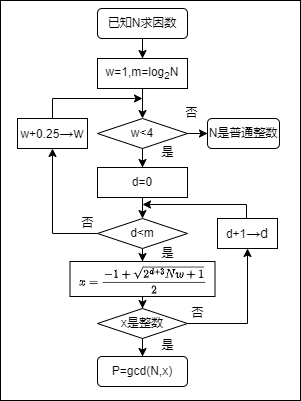
Earlier version of the draw.io export 未命名绘图.drawio.png (lynxswf/lynxswf). Source tidied: cells renumbered, new cells last; positions are measured from the earlier drawing's top-left corner, leaving out a move shared by most shapes.
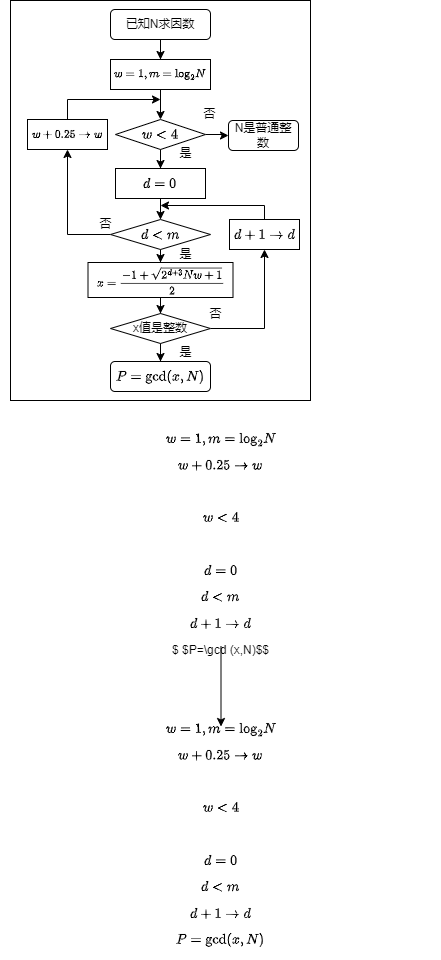
The same file after the commit.

Commit message:
更新未命名绘图.drawio.png

Change to the diagram source:
```diff
@@ -3,19 +3,19 @@
     <mxCell id="0" />
     <mxCell id="1" parent="0" />
     <mxCell id="2" style="whiteSpace=wrap;html=1;" parent="1" vertex="1">
-      <mxGeometry width="300" height="400" as="geometry" />
+      <mxGeometry x="-8" y="-1" width="300" height="400" as="geometry" />
     </mxCell>
     <mxCell id="3" style="edgeStyle=orthogonalEdgeStyle;rounded=0;jettySize=auto;html=1;" parent="1" edge="1" source="4" target="6">
       <mxGeometry relative="1" as="geometry" />
     </mxCell>
     <mxCell id="4" value="已知N求因数" style="rounded=1;whiteSpace=wrap;html=1;" parent="1" vertex="1">
-      <mxGeometry x="97" y="8" width="90" height="30" as="geometry" />
+      <mxGeometry x="92" y="8" width="100" height="30" as="geometry" />
     </mxCell>
     <mxCell id="5" style="edgeStyle=orthogonalEdgeStyle;rounded=0;jettySize=auto;html=1;" parent="1" edge="1" source="6" target="29">
       <mxGeometry relative="1" as="geometry" />
     </mxCell>
-    <mxCell id="6" value="w=1,m=log&lt;sub&gt;2&lt;/sub&gt;N" style="rounded=0;whiteSpace=wrap;html=1;" parent="1" vertex="1">
-      <mxGeometry x="97" y="58" width="90" height="30" as="geometry" />
+    <mxCell id="6" value="&lt;font style=&quot;font-size: 10px;&quot;&gt;$$w=1,m={{\log }_{2}}N$$&lt;/font&gt;" style="rounded=0;whiteSpace=wrap;html=1;" parent="1" vertex="1">
+      <mxGeometry x="92" y="58" width="100" height="30" as="geometry" />
     </mxCell>
     <mxCell id="7" style="edgeStyle=orthogonalEdgeStyle;rounded=0;jettySize=auto;html=1;" parent="1" edge="1" source="29" target="10">
       <mxGeometry relative="1" as="geometry" />
@@ -26,7 +26,7 @@
     <mxCell id="9" style="edgeStyle=orthogonalEdgeStyle;rounded=0;jettySize=auto;html=1;" parent="1" edge="1" source="10" target="13">
       <mxGeometry relative="1" as="geometry" />
     </mxCell>
-    <mxCell id="10" value="d=0" style="rounded=0;whiteSpace=wrap;html=1;" parent="1" vertex="1">
+    <mxCell id="10" value="$$d=0$$" style="rounded=0;whiteSpace=wrap;html=1;" parent="1" vertex="1">
       <mxGeometry x="97" y="167" width="90" height="30" as="geometry" />
     </mxCell>
     <mxCell id="11" style="edgeStyle=orthogonalEdgeStyle;rounded=0;jettySize=auto;html=1;" parent="1" edge="1" source="13" target="15">
@@ -35,8 +35,8 @@
     <mxCell id="12" style="edgeStyle=orthogonalEdgeStyle;rounded=0;jettySize=auto;html=1;" parent="1" edge="1" source="13" target="20">
       <mxGeometry relative="1" as="geometry" />
     </mxCell>
-    <mxCell id="13" value="d&amp;lt;m" style="rhombus;whiteSpace=wrap;html=1;" parent="1" vertex="1">
-      <mxGeometry x="97" y="218" width="90" height="30" as="geometry" />
+    <mxCell id="13" value="$$d&amp;lt;m$$" style="rhombus;whiteSpace=wrap;html=1;" parent="1" vertex="1">
+      <mxGeometry x="92" y="218" width="100" height="30" as="geometry" />
     </mxCell>
     <mxCell id="14" style="edgeStyle=orthogonalEdgeStyle;rounded=0;jettySize=auto;html=1;" parent="1" edge="1" source="15" target="18">
       <mxGeometry relative="1" as="geometry" />
@@ -50,26 +50,26 @@
     <mxCell id="17" style="edgeStyle=orthogonalEdgeStyle;rounded=0;jettySize=auto;html=1;" parent="1" edge="1" source="18" target="22">
       <mxGeometry relative="1" as="geometry" />
     </mxCell>
-    <mxCell id="18" value="x是整数" style="rhombus;whiteSpace=wrap;html=1;" parent="1" vertex="1">
-      <mxGeometry x="97" y="308" width="90" height="30" as="geometry" />
+    <mxCell id="18" value="x值是整数" style="rhombus;whiteSpace=wrap;html=1;" parent="1" vertex="1">
+      <mxGeometry x="92" y="312" width="100" height="30" as="geometry" />
     </mxCell>
-    <mxCell id="19" value="P=gcd(N,x)" style="rounded=1;whiteSpace=wrap;html=1;" parent="1" vertex="1">
-      <mxGeometry x="97" y="356" width="90" height="30" as="geometry" />
+    <mxCell id="19" value="$$P=\gcd (x,N)$$" style="rounded=1;whiteSpace=wrap;html=1;" parent="1" vertex="1">
+      <mxGeometry x="92" y="360" width="100" height="30" as="geometry" />
     </mxCell>
-    <mxCell id="20" value="w+0.25&lt;span style=&quot;font-family: Arial; font-size: 10.5pt; background-color: initial;&quot;&gt;→w&lt;/span&gt;" style="rounded=0;whiteSpace=wrap;html=1;" parent="1" vertex="1">
-      <mxGeometry x="17" y="118" width="70" height="30" as="geometry" />
+    <mxCell id="20" value="&lt;font style=&quot;font-size: 10px;&quot;&gt;$$w+0.25\to w$$&lt;/font&gt;" style="rounded=0;whiteSpace=wrap;html=1;" parent="1" vertex="1">
+      <mxGeometry x="9" y="118" width="80" height="30" as="geometry" />
     </mxCell>
     <mxCell id="21" value="N是普通整数" style="rounded=1;whiteSpace=wrap;html=1;" parent="1" vertex="1">
-      <mxGeometry x="207" y="118" width="72" height="30" as="geometry" />
+      <mxGeometry x="210" y="119" width="70" height="30" as="geometry" />
     </mxCell>
-    <mxCell id="22" value="d+1&lt;span style=&quot;font-family: Arial; font-size: 10.5pt; background-color: initial;&quot;&gt;→d&lt;/span&gt;" style="rounded=0;whiteSpace=wrap;html=1;" parent="1" vertex="1">
-      <mxGeometry x="217" y="218" width="60" height="30" as="geometry" />
+    <mxCell id="22" value="$$d+1\to d$$" style="rounded=0;whiteSpace=wrap;html=1;" parent="1" vertex="1">
+      <mxGeometry x="211" y="218" width="70" height="30" as="geometry" />
     </mxCell>
     <mxCell id="23" value="否" style="text;html=1;align=center;verticalAlign=middle;strokeColor=none;fillColor=none;" parent="1" vertex="1">
       <mxGeometry x="177" y="298" width="40" height="30" as="geometry" />
     </mxCell>
     <mxCell id="24" value="是" style="text;html=1;align=center;verticalAlign=middle;strokeColor=none;fillColor=none;" parent="1" vertex="1">
-      <mxGeometry x="147" y="330" width="40" height="30" as="geometry" />
+      <mxGeometry x="147" y="336" width="40" height="30" as="geometry" />
     </mxCell>
     <mxCell id="25" value="否" style="text;html=1;align=center;verticalAlign=middle;strokeColor=none;fillColor=none;" parent="1" vertex="1">
       <mxGeometry x="67" y="208" width="40" height="30" as="geometry" />
@@ -83,18 +83,18 @@
     <mxCell id="28" value="否" style="text;html=1;align=center;verticalAlign=middle;strokeColor=none;fillColor=none;" parent="1" vertex="1">
       <mxGeometry x="171" y="98" width="40" height="30" as="geometry" />
     </mxCell>
-    <mxCell id="29" value="w&amp;lt;4" style="rhombus;whiteSpace=wrap;html=1;" parent="1" vertex="1">
+    <mxCell id="29" value="$$w&amp;lt;4$$" style="rhombus;whiteSpace=wrap;html=1;" parent="1" vertex="1">
       <mxGeometry x="97" y="118" width="90" height="30" as="geometry" />
     </mxCell>
     <mxCell id="30" style="endArrow=classic;html=1;rounded=0;" parent="1" edge="1">
       <mxGeometry relative="1" as="geometry">
-        <mxPoint x="52" y="98" as="sourcePoint" />
+        <mxPoint x="49" y="98" as="sourcePoint" />
         <mxPoint x="142" y="98" as="targetPoint" />
       </mxGeometry>
     </mxCell>
     <mxCell id="31" style="endArrow=none;html=1;rounded=0;exitX=0.5;exitY=0;exitDx=0;exitDy=0;" parent="1" edge="1" source="20">
       <mxGeometry relative="1" as="geometry">
-        <mxPoint x="52" y="98" as="targetPoint" />
+        <mxPoint x="49" y="98" as="targetPoint" />
       </mxGeometry>
     </mxCell>
     <mxCell id="32" style="endArrow=classic;html=1;rounded=0;" parent="1" edge="1">
@@ -109,5 +109,14 @@
         <mxPoint x="246" y="204" as="targetPoint" />
       </mxGeometry>
     </mxCell>
+    <mxCell id="34" style="edgeStyle=orthogonalEdgeStyle;rounded=0;jettySize=auto;html=1;" parent="1" edge="1" source="35" target="36">
+      <mxGeometry relative="1" as="geometry" />
+    </mxCell>
+    <mxCell id="35" value="&lt;div&gt;$$w=1,m={{\log }_{2}}N$$&lt;/div&gt;&lt;div&gt;$$w+0.25\to w$$&amp;nbsp;&lt;/div&gt;&lt;div&gt;$$w&amp;lt;4$$&amp;nbsp;&lt;/div&gt;&lt;div&gt;$$d=0$$&lt;/div&gt;&lt;div&gt;$$d&amp;lt;m$$&lt;/div&gt;&lt;div&gt;$$d+1\to d$$&lt;/div&gt;&lt;div&gt;$ $P=\gcd (x,N)$$&lt;/div&gt;" style="text;html=1;align=center;verticalAlign=middle;whiteSpace=wrap;rounded=0;" parent="1" vertex="1">
+      <mxGeometry x="-18" y="429" width="441" height="216" as="geometry" />
+    </mxCell>
+    <mxCell id="36" value="&lt;div&gt;$$w=1,m={{\log }_{2}}N$$&lt;/div&gt;&lt;div&gt;$$w+0.25\to w$$&amp;nbsp;&lt;/div&gt;&lt;div&gt;$$w&amp;lt;4$$&amp;nbsp;&lt;/div&gt;&lt;div&gt;$$d=0$$&lt;/div&gt;&lt;div&gt;$$d&amp;lt;m$$&lt;/div&gt;&lt;div&gt;$$d+1\to d$$&lt;/div&gt;&lt;div&gt;$$P=\gcd (x,N)$$&lt;/div&gt;" style="text;html=1;align=center;verticalAlign=middle;whiteSpace=wrap;rounded=0;" parent="1" vertex="1">
+      <mxGeometry x="-18" y="725" width="441" height="216" as="geometry" />
+    </mxCell>
   </root>
 </mxGraphModel>
```
